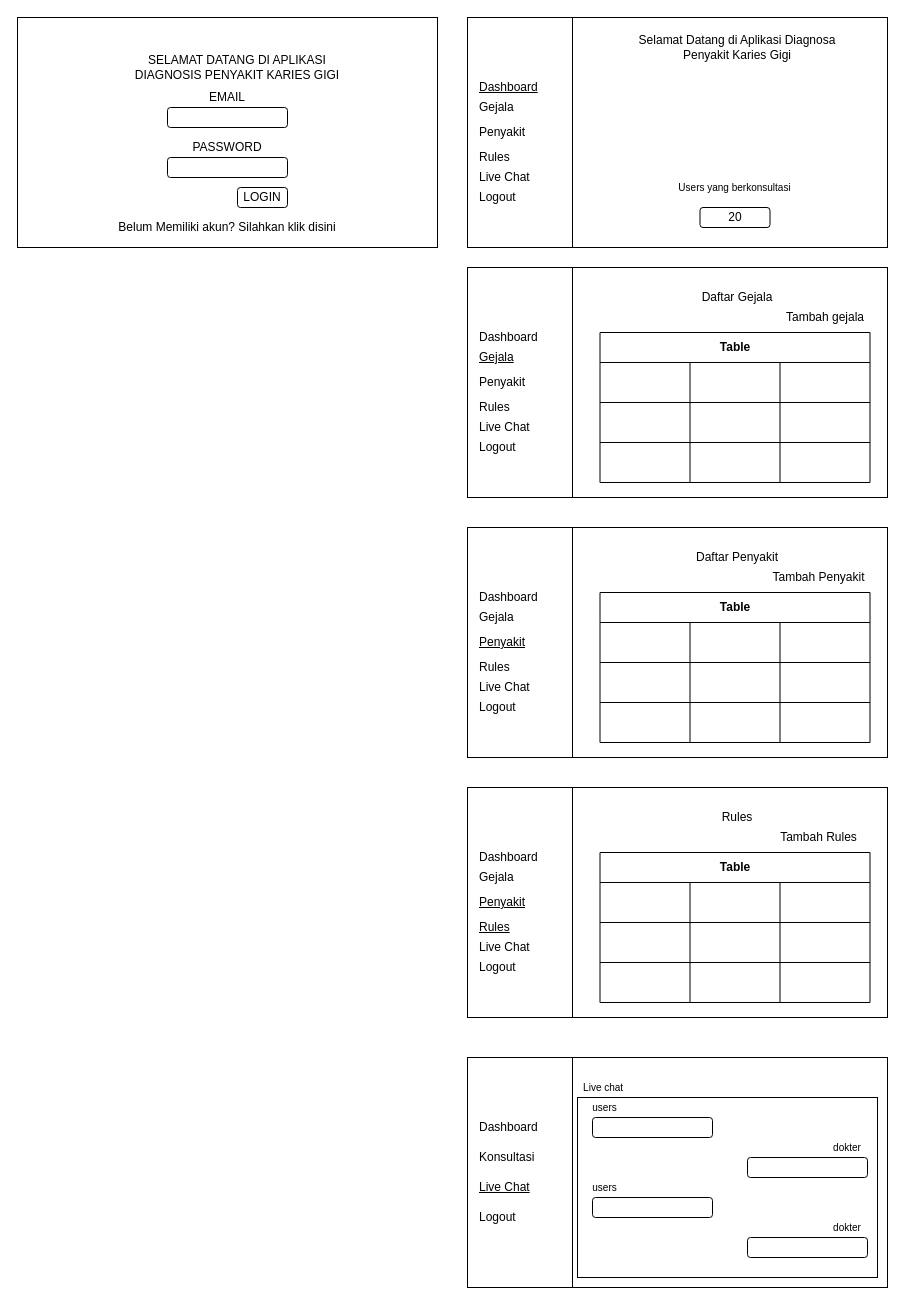
Above: page "Page-3" (3 of 3) of Untitled Diagram.drawio in ariabd-ac/MockupTA (draw.io), before the change. Source tidied: cells renumbered, new cells numbered last; positions are measured from the earlier drawing's top-left corner, leaving out a move shared by most shapes. Both pictures are drawn from the tidied source at 100%, with x=0, y=0 at pixel (17, 17).
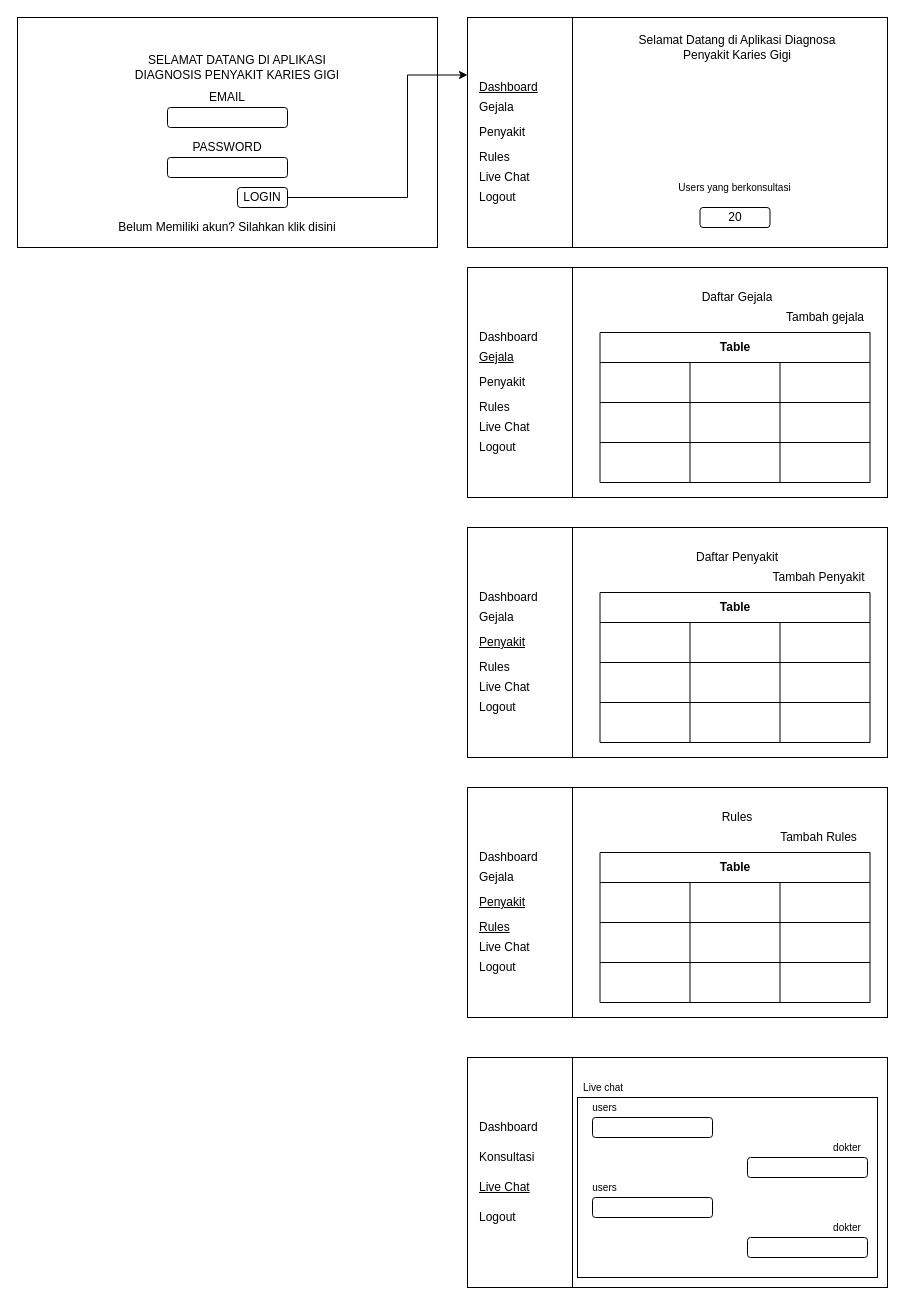
Above is the later version.

The change refers to these unchanged cells:
```xml
<mxCell id="7" value="LOGIN" style="rounded=1;whiteSpace=wrap;html=1;" parent="1" vertex="1">
  <mxGeometry x="220" y="170" width="50" height="20" as="geometry" />
</mxCell>
<mxCell id="10" style="rounded=0;whiteSpace=wrap;html=1;" parent="1" vertex="1">
  <mxGeometry x="450" width="420" height="230" as="geometry" />
</mxCell>
```

Diff of the diagram source:
```diff
@@
+    <mxCell id="111" style="edgeStyle=orthogonalEdgeStyle;rounded=0;jettySize=auto;html=1;entryX=0;entryY=0.25;entryDx=0;entryDy=0;" parent="1" edge="1" source="7" target="10">
+      <mxGeometry relative="1" as="geometry">
+        <Array as="points">
+          <mxPoint x="390" y="180" />
+          <mxPoint x="390" y="58" />
+        </Array>
+      </mxGeometry>
+    </mxCell>
```
